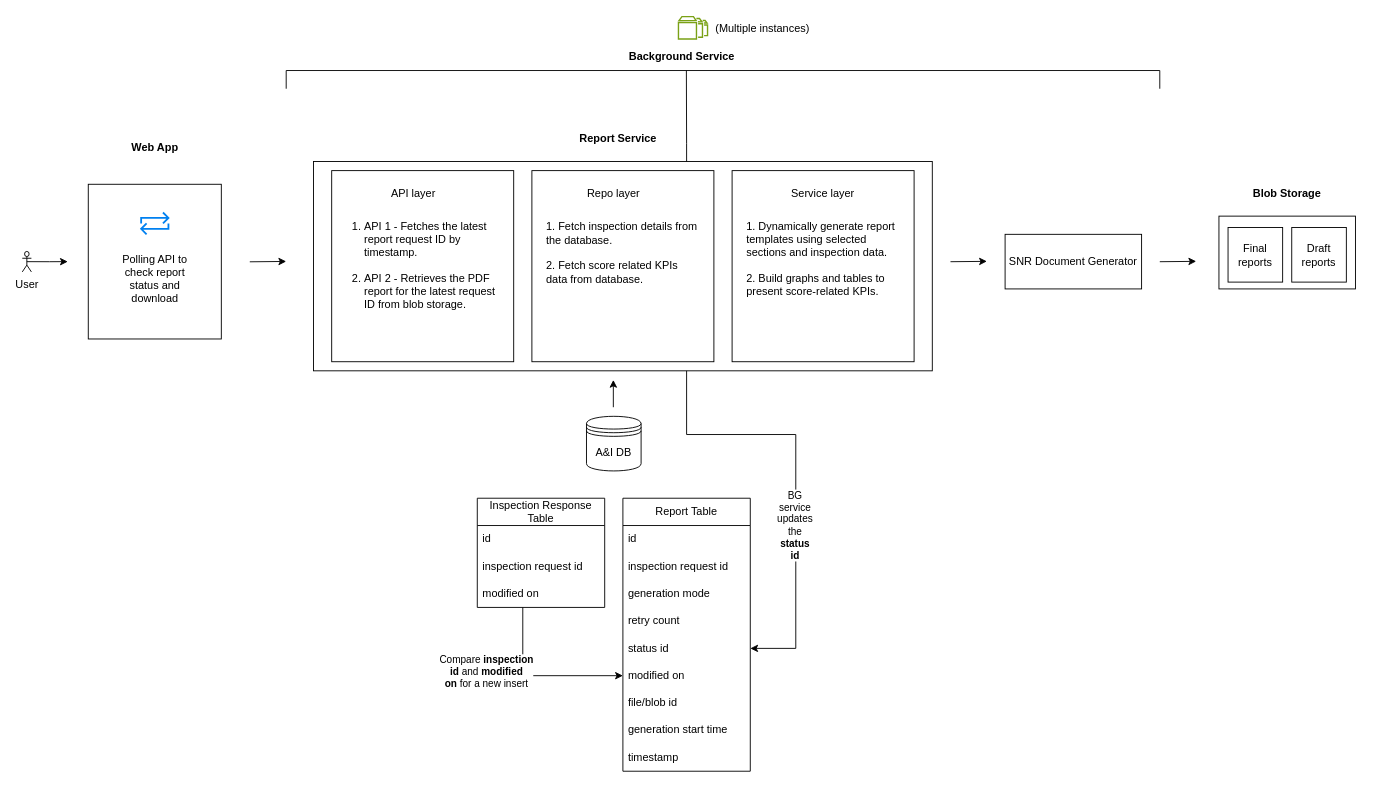
This is report_service.drawio from deb-sahu/system-designs, a draw.io file, before an edit. Source tidied: cells renumbered, new cells numbered last; positions are measured from the earlier drawing's top-left corner, leaving out a move shared by most shapes. Both pictures are drawn from the tidied source at 91%, with x=0, y=0 at pixel (22, 15).
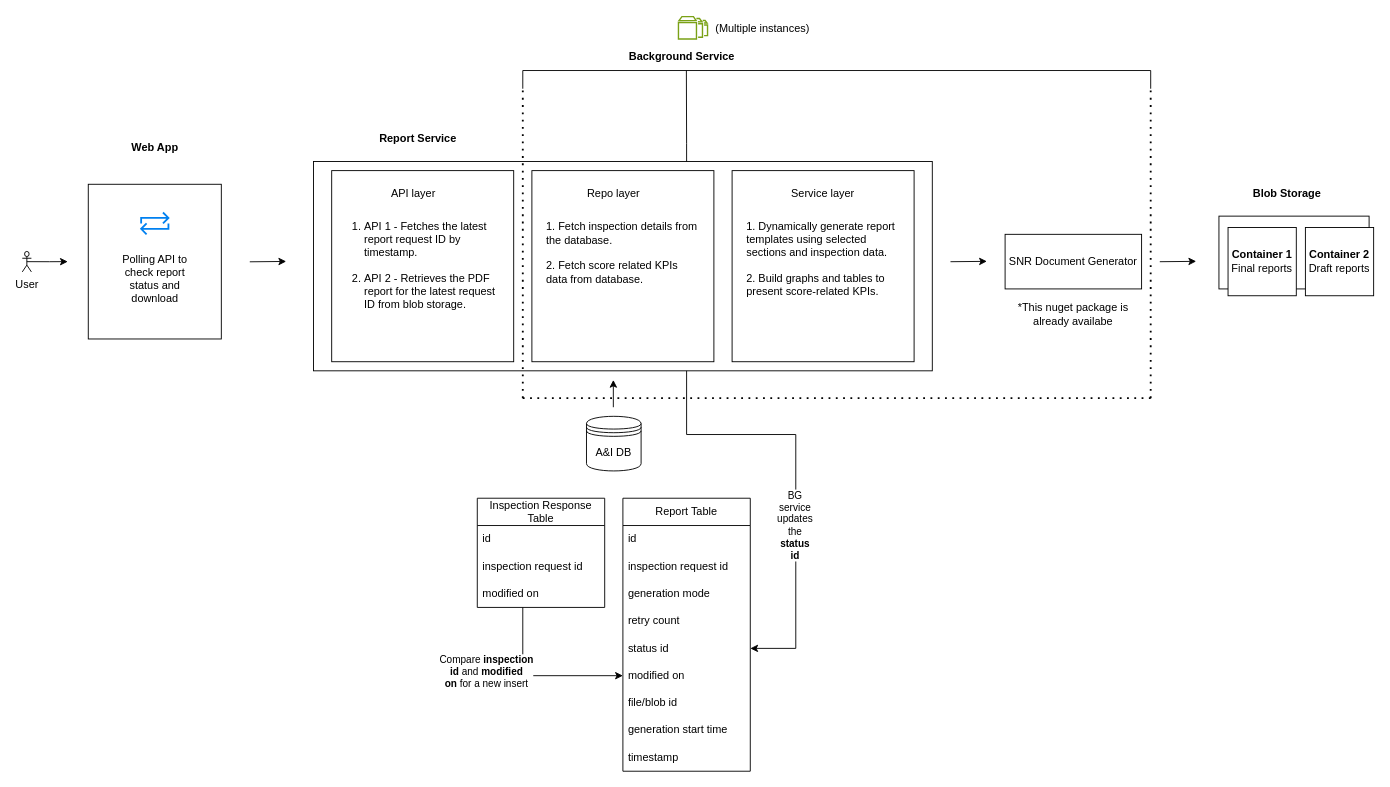
Above is the later version.

The edit, as a diff of the source:
```diff
@@
     <mxCell id="4" value="Report Service" style="text;html=1;align=center;verticalAlign=middle;whiteSpace=wrap;rounded=0;fontStyle=1;" parent="1" vertex="1">
-      <mxGeometry x="570" y="120" width="170" height="30" as="geometry" />
+      <mxGeometry x="350" y="120" width="170" height="30" as="geometry" />
     </mxCell>
@@
     <mxCell id="39" style="rounded=0;whiteSpace=wrap;html=1;" parent="1" vertex="1">
-      <mxGeometry x="1315" y="220" width="150" height="80" as="geometry" />
+      <mxGeometry x="1315" y="220" width="165" height="80" as="geometry" />
     </mxCell>
-    <mxCell id="40" value="Final reports" style="whiteSpace=wrap;html=1;" parent="1" vertex="1">
-      <mxGeometry x="1325" y="232.5" width="60" height="60" as="geometry" />
+    <mxCell id="40" value="&lt;b&gt;Container 1&lt;/b&gt;&lt;div&gt;Final reports&lt;/div&gt;" style="whiteSpace=wrap;html=1;" parent="1" vertex="1">
+      <mxGeometry x="1325" y="232.5" width="75" height="75" as="geometry" />
     </mxCell>
@@
-    <mxCell id="42" value="Draft reports" style="whiteSpace=wrap;html=1;" parent="1" vertex="1">
-      <mxGeometry x="1395" y="232.5" width="60" height="60" as="geometry" />
-    </mxCell>
@@
     <mxCell id="48" style="group;" parent="1" vertex="1">
-      <mxGeometry x="290" y="60" width="960" height="20" as="geometry" />
+      <mxGeometry x="550" y="60" width="690" height="20" as="geometry" />
     </mxCell>
     <mxCell id="49" style="endArrow=none;html=1;rounded=0;" parent="48" edge="1">
       <mxGeometry relative="1" as="geometry">
         <mxPoint as="sourcePoint" />
-        <mxPoint x="960" as="targetPoint" />
+        <mxPoint x="690" as="targetPoint" />
       </mxGeometry>
     </mxCell>
@@
     <mxCell id="51" style="endArrow=none;html=1;rounded=0;" parent="48" edge="1">
       <mxGeometry relative="1" as="geometry">
-        <mxPoint x="960" y="20" as="sourcePoint" />
-        <mxPoint x="960" as="targetPoint" />
+        <mxPoint x="690" y="20" as="sourcePoint" />
+        <mxPoint x="690" as="targetPoint" />
       </mxGeometry>
     </mxCell>
@@
+    <mxCell id="56" value="*This nuget package is already availabe" style="text;html=1;align=center;verticalAlign=middle;whiteSpace=wrap;rounded=0;" parent="1" vertex="1">
+      <mxGeometry x="1075" y="313.1" width="160" height="30" as="geometry" />
+    </mxCell>
+    <mxCell id="57" value="&lt;b&gt;Container 2&lt;/b&gt;&lt;div&gt;Draft reports&lt;/div&gt;" style="whiteSpace=wrap;html=1;" parent="1" vertex="1">
+      <mxGeometry x="1410" y="232.5" width="75" height="75" as="geometry" />
+    </mxCell>
+    <mxCell id="58" style="endArrow=none;dashed=1;html=1;dashPattern=1 3;strokeWidth=2;rounded=0;" parent="1" edge="1">
+      <mxGeometry relative="1" as="geometry">
+        <mxPoint x="550" y="420" as="sourcePoint" />
+        <mxPoint x="550" y="80" as="targetPoint" />
+      </mxGeometry>
+    </mxCell>
+    <mxCell id="59" style="endArrow=none;dashed=1;html=1;dashPattern=1 3;strokeWidth=2;rounded=0;" parent="1" edge="1">
+      <mxGeometry relative="1" as="geometry">
+        <mxPoint x="1240" y="420" as="sourcePoint" />
+        <mxPoint x="1240" y="80" as="targetPoint" />
+      </mxGeometry>
+    </mxCell>
+    <mxCell id="60" style="endArrow=none;dashed=1;html=1;dashPattern=1 3;strokeWidth=2;rounded=0;" parent="1" edge="1">
+      <mxGeometry relative="1" as="geometry">
+        <mxPoint x="550" y="420" as="sourcePoint" />
+        <mxPoint x="1240" y="420" as="targetPoint" />
+      </mxGeometry>
+    </mxCell>
```
